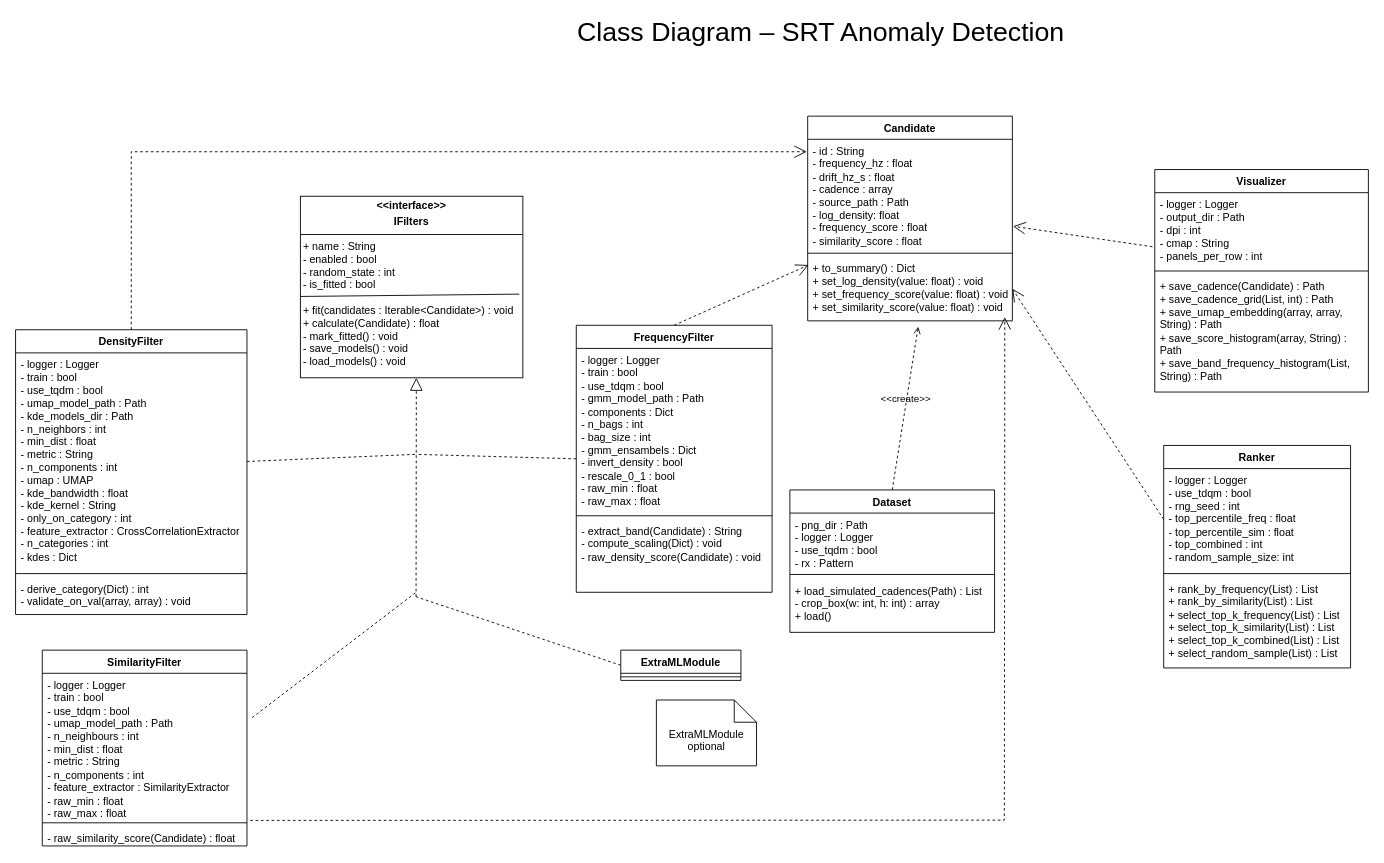
Earlier version of the draw.io diagram docs/uml/04_class/class_diagram.drawio (DavideDeplano/srt-anomaly-detection). Source tidied: cells renumbered, new cells numbered last; positions are measured from the earlier drawing's top-left corner, leaving out a move shared by most shapes. Both pictures are drawn from the tidied source at 89%, with x=0, y=0 at pixel (15, 18).
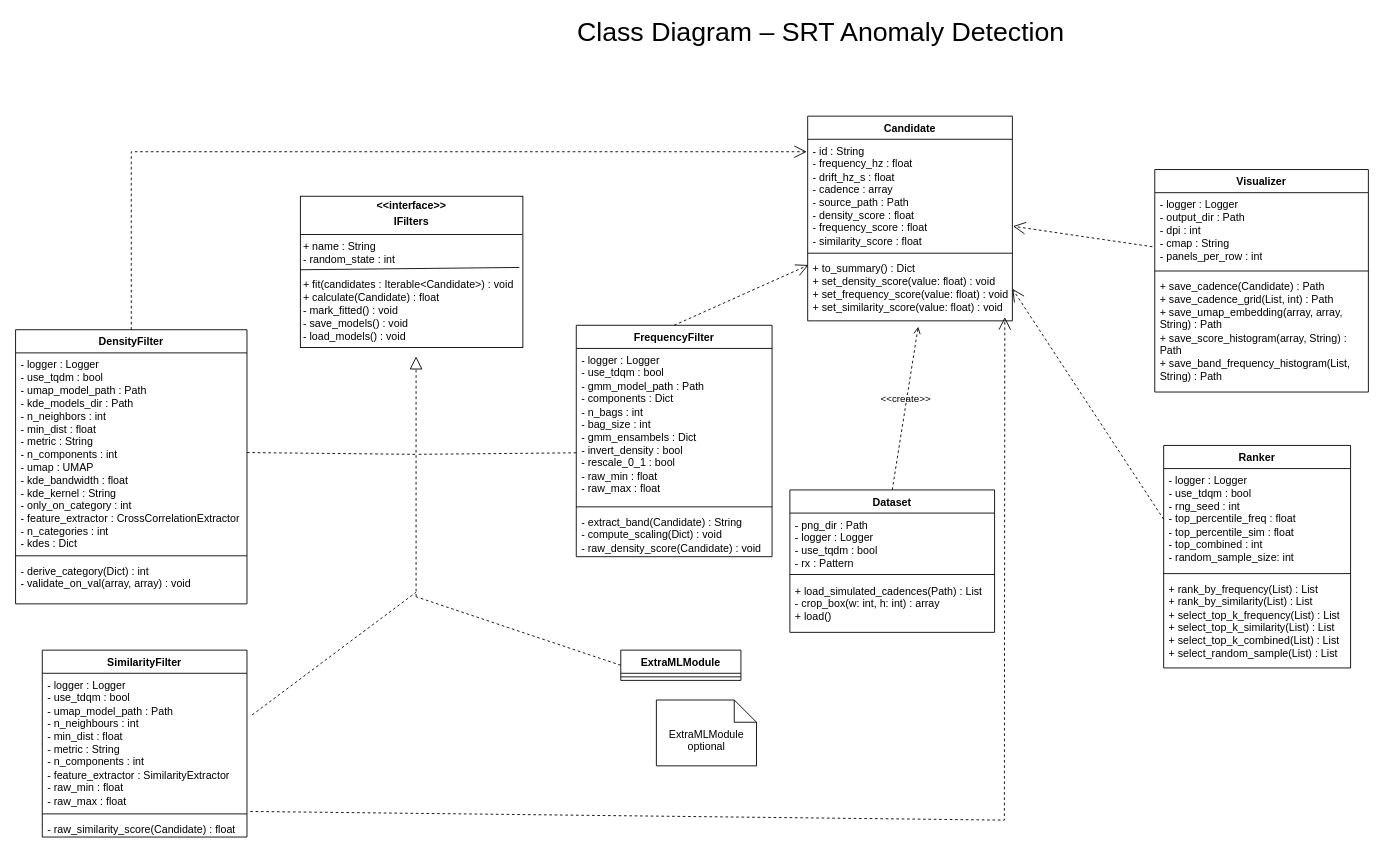
After the change.

Unchanged cells that the change refers to:
```xml
<mxCell id="19" value="Candidate" style="swimlane;fontStyle=1;align=center;verticalAlign=top;horizontal=1;startSize=26;whiteSpace=wrap;html=1;" parent="1" vertex="1">
  <mxGeometry x="890" y="110" width="230" height="230" as="geometry" />
</mxCell>
```

Diff of the diagram source:
```diff
@@
-    <mxCell id="13" value="&lt;p style=&quot;margin:0px;margin-top:4px;text-align:center;&quot;&gt;&lt;b&gt;&amp;lt;&amp;lt;interface&amp;gt;&amp;gt;&lt;/b&gt;&lt;/p&gt;&lt;p style=&quot;margin:0px;margin-top:4px;text-align:center;&quot;&gt;&lt;b&gt;IFilters&lt;/b&gt;&lt;/p&gt;&lt;hr size=&quot;1&quot; style=&quot;border-style:solid;&quot;&gt;&lt;div&gt;&amp;nbsp;+ name : String&amp;nbsp;&lt;/div&gt;&lt;div&gt;&amp;nbsp;- enabled : bool&lt;/div&gt;&lt;div&gt;&lt;span style=&quot;background-color: transparent; color: light-dark(rgb(0, 0, 0), rgb(255, 255, 255));&quot;&gt;&amp;nbsp;- random_state : int&lt;/span&gt;&lt;/div&gt;&lt;div&gt;&amp;nbsp;- is_fitted : bool&lt;span style=&quot;background-color: transparent; color: light-dark(rgb(0, 0, 0), rgb(255, 255, 255));&quot;&gt;&lt;/span&gt;&lt;/div&gt;&lt;div&gt;&lt;span style=&quot;background-color: transparent; color: light-dark(rgb(0, 0, 0), rgb(255, 255, 255));&quot;&gt;&lt;br&gt;&lt;/span&gt;&lt;/div&gt;&lt;div&gt;&lt;span style=&quot;background-color: transparent; color: light-dark(rgb(0, 0, 0), rgb(255, 255, 255));&quot;&gt;&amp;nbsp;+ fit(candidates : Iterable&amp;lt;Candidate&amp;gt;) : void&lt;/span&gt;&lt;/div&gt;&lt;div&gt;&lt;span style=&quot;background-color: transparent; color: light-dark(rgb(0, 0, 0), rgb(255, 255, 255));&quot;&gt;&amp;nbsp;+ calculate(Candidate) : float&lt;/span&gt;&lt;/div&gt;&lt;div&gt;&lt;span style=&quot;background-color: transparent; color: light-dark(rgb(0, 0, 0), rgb(255, 255, 255));&quot;&gt;&amp;nbsp;- mark_fitted() : void&lt;/span&gt;&lt;/div&gt;&lt;div&gt;&lt;div&gt;&amp;nbsp;- save_models() : void&lt;/div&gt;&lt;div&gt;&amp;nbsp;- load_models() : void&lt;/div&gt;&lt;/div&gt;&lt;div&gt;&lt;div style=&quot;height:2px;&quot;&gt;&lt;br&gt;&lt;/div&gt;&lt;/div&gt;" style="verticalAlign=top;align=left;overflow=fill;html=1;whiteSpace=wrap;" parent="1" vertex="1">
-      <mxGeometry x="320" y="200" width="250" height="204" as="geometry" />
+    <mxCell id="13" value="&lt;p style=&quot;margin:0px;margin-top:4px;text-align:center;&quot;&gt;&lt;b&gt;&amp;lt;&amp;lt;interface&amp;gt;&amp;gt;&lt;/b&gt;&lt;/p&gt;&lt;p style=&quot;margin:0px;margin-top:4px;text-align:center;&quot;&gt;&lt;b&gt;IFilters&lt;/b&gt;&lt;/p&gt;&lt;hr size=&quot;1&quot; style=&quot;border-style:solid;&quot;&gt;&lt;div&gt;&amp;nbsp;+ name : String&amp;nbsp;&lt;/div&gt;&lt;div&gt;&lt;span style=&quot;background-color: transparent; color: light-dark(rgb(0, 0, 0), rgb(255, 255, 255));&quot;&gt;&amp;nbsp;- random_state : int&lt;/span&gt;&lt;/div&gt;&lt;div&gt;&lt;span style=&quot;background-color: transparent; color: light-dark(rgb(0, 0, 0), rgb(255, 255, 255));&quot;&gt;&lt;br&gt;&lt;/span&gt;&lt;/div&gt;&lt;div&gt;&lt;span style=&quot;background-color: transparent; color: light-dark(rgb(0, 0, 0), rgb(255, 255, 255));&quot;&gt;&amp;nbsp;+ fit(candidates : Iterable&amp;lt;Candidate&amp;gt;) : void&lt;/span&gt;&lt;/div&gt;&lt;div&gt;&lt;span style=&quot;background-color: transparent; color: light-dark(rgb(0, 0, 0), rgb(255, 255, 255));&quot;&gt;&amp;nbsp;+ calculate(Candidate) : float&lt;/span&gt;&lt;/div&gt;&lt;div&gt;&lt;span style=&quot;background-color: transparent; color: light-dark(rgb(0, 0, 0), rgb(255, 255, 255));&quot;&gt;&amp;nbsp;- mark_fitted() : void&lt;/span&gt;&lt;/div&gt;&lt;div&gt;&lt;div&gt;&amp;nbsp;- save_models() : void&lt;/div&gt;&lt;div&gt;&amp;nbsp;- load_models() : void&lt;/div&gt;&lt;/div&gt;&lt;div&gt;&lt;div style=&quot;height:2px;&quot;&gt;&lt;br&gt;&lt;/div&gt;&lt;/div&gt;" style="verticalAlign=top;align=left;overflow=fill;html=1;whiteSpace=wrap;" parent="1" vertex="1">
+      <mxGeometry x="320" y="200" width="250" height="170" as="geometry" />
     </mxCell>
-    <mxCell id="14" style="endArrow=block;dashed=1;endFill=0;endSize=12;html=1;rounded=0;entryX=0.5;entryY=1;entryDx=0;entryDy=0;" parent="1" edge="1">
+    <mxCell id="14" style="endArrow=block;dashed=1;endFill=0;endSize=12;html=1;rounded=0;" parent="1" edge="1">
       <mxGeometry relative="1" as="geometry">
         <mxPoint x="450" y="650" as="sourcePoint" />
-        <mxPoint x="450.3" y="404" as="targetPoint" />
+        <mxPoint x="450" y="380" as="targetPoint" />
       </mxGeometry>
     </mxCell>
@@
-    <mxCell id="20" value="- id : String&lt;div&gt;- frequency_hz : float&lt;/div&gt;&lt;div&gt;- drift_hz_s : float&lt;/div&gt;&lt;div&gt;- cadence : array&lt;/div&gt;&lt;div&gt;- source_path : Path&lt;/div&gt;&lt;div&gt;- log_density: float&lt;/div&gt;&lt;div&gt;&lt;span style=&quot;background-color: transparent; color: light-dark(rgb(0, 0, 0), rgb(255, 255, 255));&quot;&gt;- frequency_score : float&lt;/span&gt;&lt;/div&gt;&lt;div&gt;- similarity_score : float&lt;/div&gt;" style="text;strokeColor=none;fillColor=none;align=left;verticalAlign=top;spacingLeft=4;spacingRight=4;overflow=hidden;points=[[0,0.5],[1,0.5]];portConstraint=eastwest;whiteSpace=wrap;html=1;" parent="19" vertex="1">
+    <mxCell id="20" value="- id : String&lt;div&gt;- frequency_hz : float&lt;/div&gt;&lt;div&gt;- drift_hz_s : float&lt;/div&gt;&lt;div&gt;- cadence : array&lt;/div&gt;&lt;div&gt;- source_path : Path&lt;/div&gt;&lt;div&gt;- density_score : float&lt;/div&gt;&lt;div&gt;&lt;span style=&quot;background-color: transparent; color: light-dark(rgb(0, 0, 0), rgb(255, 255, 255));&quot;&gt;- frequency_score : float&lt;/span&gt;&lt;/div&gt;&lt;div&gt;- similarity_score : float&lt;/div&gt;" style="text;strokeColor=none;fillColor=none;align=left;verticalAlign=top;spacingLeft=4;spacingRight=4;overflow=hidden;points=[[0,0.5],[1,0.5]];portConstraint=eastwest;whiteSpace=wrap;html=1;" parent="19" vertex="1">
       <mxGeometry y="26" width="230" height="124" as="geometry" />
     </mxCell>
@@
-    <mxCell id="22" value="+ to_summary() : Dict&lt;div&gt;+ set_log_density(value: float) : void&lt;br&gt;&lt;div&gt;+ set_frequency_score(value: float) : void&lt;/div&gt;&lt;div&gt;+ set_similarity_score(value: float) : void&lt;/div&gt;&lt;div&gt;&lt;br&gt;&lt;/div&gt;&lt;/div&gt;" style="text;strokeColor=none;fillColor=none;align=left;verticalAlign=top;spacingLeft=4;spacingRight=4;overflow=hidden;points=[[0,0.5],[1,0.5]];portConstraint=eastwest;whiteSpace=wrap;html=1;" parent="19" vertex="1">
+    <mxCell id="22" value="+ to_summary() : Dict&lt;div&gt;+ set_density_score(value: float) : void&lt;br&gt;&lt;div&gt;+ set_frequency_score(value: float) : void&lt;/div&gt;&lt;div&gt;+ set_similarity_score(value: float) : void&lt;/div&gt;&lt;div&gt;&lt;br&gt;&lt;/div&gt;&lt;/div&gt;" style="text;strokeColor=none;fillColor=none;align=left;verticalAlign=top;spacingLeft=4;spacingRight=4;overflow=hidden;points=[[0,0.5],[1,0.5]];portConstraint=eastwest;whiteSpace=wrap;html=1;" parent="19" vertex="1">
       <mxGeometry y="158" width="230" height="72" as="geometry" />
     </mxCell>
@@
     <mxCell id="26" style="endArrow=none;html=1;rounded=0;entryX=0.007;entryY=0.617;entryDx=0;entryDy=0;entryPerimeter=0;exitX=0.991;exitY=0.606;exitDx=0;exitDy=0;exitPerimeter=0;" parent="1" edge="1">
       <mxGeometry relative="1" as="geometry">
-        <mxPoint x="566" y="310" as="sourcePoint" />
-        <mxPoint x="320" y="312.6" as="targetPoint" />
+        <mxPoint x="566" y="280" as="sourcePoint" />
+        <mxPoint x="320" y="282.6" as="targetPoint" />
       </mxGeometry>
     </mxCell>
     <mxCell id="27" value="DensityFilter" style="swimlane;fontStyle=1;align=center;verticalAlign=top;horizontal=1;startSize=26;whiteSpace=wrap;html=1;" parent="1" vertex="1">
-      <mxGeometry y="350" width="260" height="320" as="geometry" />
+      <mxGeometry y="350" width="260" height="308" as="geometry" />
     </mxCell>
-    <mxCell id="28" value="&lt;div&gt;- logger : Logger&lt;/div&gt;&lt;div&gt;- train : bool&lt;/div&gt;&lt;div&gt;- use_tqdm : bool&lt;/div&gt;- umap_model_path : Path&lt;div&gt;- kde_models_dir : Path&lt;/div&gt;&lt;div&gt;- n_neighbors : int&lt;/div&gt;&lt;div&gt;- min_dist : float&lt;/div&gt;&lt;div&gt;- metric : String&lt;/div&gt;&lt;div&gt;- n_components : int&lt;/div&gt;&lt;div&gt;- umap : UMAP&lt;/div&gt;&lt;div&gt;- kde_bandwidth : float&lt;/div&gt;&lt;div&gt;- kde_kernel : String&lt;/div&gt;&lt;div&gt;&lt;span style=&quot;background-color: transparent; color: light-dark(rgb(0, 0, 0), rgb(255, 255, 255));&quot;&gt;- only_on_category : int&lt;/span&gt;&lt;/div&gt;&lt;div&gt;&lt;span style=&quot;background-color: transparent; color: light-dark(rgb(0, 0, 0), rgb(255, 255, 255));&quot;&gt;- feature_extractor : CrossCorrelationExtractor&lt;/span&gt;&lt;/div&gt;&lt;div&gt;&lt;span style=&quot;background-color: transparent; color: light-dark(rgb(0, 0, 0), rgb(255, 255, 255));&quot;&gt;- n_categories : int&lt;/span&gt;&lt;/div&gt;&lt;div&gt;&lt;span style=&quot;background-color: transparent; color: light-dark(rgb(0, 0, 0), rgb(255, 255, 255));&quot;&gt;- kdes : Dict&amp;nbsp;&lt;/span&gt;&lt;/div&gt;" style="text;strokeColor=none;fillColor=none;align=left;verticalAlign=top;spacingLeft=4;spacingRight=4;overflow=hidden;points=[[0,0.5],[1,0.5]];portConstraint=eastwest;whiteSpace=wrap;html=1;" parent="27" vertex="1">
-      <mxGeometry y="26" width="260" height="244" as="geometry" />
+    <mxCell id="28" value="&lt;div&gt;- logger : Logger&lt;/div&gt;&lt;div&gt;- use_tqdm : bool&lt;/div&gt;- umap_model_path : Path&lt;div&gt;- kde_models_dir : Path&lt;/div&gt;&lt;div&gt;- n_neighbors : int&lt;/div&gt;&lt;div&gt;- min_dist : float&lt;/div&gt;&lt;div&gt;- metric : String&lt;/div&gt;&lt;div&gt;- n_components : int&lt;/div&gt;&lt;div&gt;- umap : UMAP&lt;/div&gt;&lt;div&gt;- kde_bandwidth : float&lt;/div&gt;&lt;div&gt;- kde_kernel : String&lt;/div&gt;&lt;div&gt;&lt;span style=&quot;background-color: transparent; color: light-dark(rgb(0, 0, 0), rgb(255, 255, 255));&quot;&gt;- only_on_category : int&lt;/span&gt;&lt;/div&gt;&lt;div&gt;&lt;span style=&quot;background-color: transparent; color: light-dark(rgb(0, 0, 0), rgb(255, 255, 255));&quot;&gt;- feature_extractor : CrossCorrelationExtractor&lt;/span&gt;&lt;/div&gt;&lt;div&gt;&lt;span style=&quot;background-color: transparent; color: light-dark(rgb(0, 0, 0), rgb(255, 255, 255));&quot;&gt;- n_categories : int&lt;/span&gt;&lt;/div&gt;&lt;div&gt;&lt;span style=&quot;background-color: transparent; color: light-dark(rgb(0, 0, 0), rgb(255, 255, 255));&quot;&gt;- kdes : Dict&amp;nbsp;&lt;/span&gt;&lt;/div&gt;" style="text;strokeColor=none;fillColor=none;align=left;verticalAlign=top;spacingLeft=4;spacingRight=4;overflow=hidden;points=[[0,0.5],[1,0.5]];portConstraint=eastwest;whiteSpace=wrap;html=1;" parent="27" vertex="1">
+      <mxGeometry y="26" width="260" height="224" as="geometry" />
     </mxCell>
     <mxCell id="29" style="line;strokeWidth=1;fillColor=none;align=left;verticalAlign=middle;spacingTop=-1;spacingLeft=3;spacingRight=3;labelPosition=right;strokeColor=inherit;" parent="27" vertex="1">
-      <mxGeometry y="270" width="260" height="8" as="geometry" />
+      <mxGeometry y="250" width="260" height="8" as="geometry" />
     </mxCell>
     <mxCell id="30" value="&lt;div&gt;- derive_category(Dict) : int&lt;/div&gt;&lt;div&gt;- validate_on_val(array, array) : void&lt;/div&gt;&lt;div&gt;&lt;br&gt;&lt;/div&gt;" style="text;strokeColor=none;fillColor=none;align=left;verticalAlign=top;spacingLeft=4;spacingRight=4;overflow=hidden;whiteSpace=wrap;html=1;" parent="27" vertex="1">
-      <mxGeometry y="278" width="260" height="42" as="geometry" />
+      <mxGeometry y="258" width="260" height="50" as="geometry" />
     </mxCell>
     <mxCell id="31" value="SimilarityFilter" style="swimlane;fontStyle=1;align=center;verticalAlign=top;horizontal=1;startSize=26;whiteSpace=wrap;html=1;" parent="1" vertex="1">
-      <mxGeometry x="30" y="710" width="230" height="220" as="geometry" />
+      <mxGeometry x="30" y="710" width="230" height="210" as="geometry" />
     </mxCell>
-    <mxCell id="32" value="- logger : Logger&lt;div&gt;- train : bool&lt;/div&gt;&lt;div&gt;- use_tdqm : bool&lt;/div&gt;&lt;div&gt;- umap_model_path : Path&lt;/div&gt;&lt;div&gt;- n_neighbours : int&lt;/div&gt;&lt;div&gt;- min_dist : float&lt;/div&gt;&lt;div&gt;- metric : String&lt;/div&gt;&lt;div&gt;- n_components : int&lt;/div&gt;&lt;div&gt;- feature_extractor : SimilarityExtractor&lt;/div&gt;&lt;div&gt;- raw_min : float&lt;/div&gt;&lt;div&gt;- raw_max : float&lt;/div&gt;" style="text;strokeColor=none;fillColor=none;align=left;verticalAlign=top;spacingLeft=4;spacingRight=4;overflow=hidden;points=[[0,0.5],[1,0.5]];portConstraint=eastwest;whiteSpace=wrap;html=1;" parent="31" vertex="1">
-      <mxGeometry y="26" width="230" height="164" as="geometry" />
+    <mxCell id="32" value="- logger : Logger&lt;div&gt;- use_tdqm : bool&lt;/div&gt;&lt;div&gt;- umap_model_path : Path&lt;/div&gt;&lt;div&gt;- n_neighbours : int&lt;/div&gt;&lt;div&gt;- min_dist : float&lt;/div&gt;&lt;div&gt;- metric : String&lt;/div&gt;&lt;div&gt;- n_components : int&lt;/div&gt;&lt;div&gt;- feature_extractor : SimilarityExtractor&lt;/div&gt;&lt;div&gt;- raw_min : float&lt;/div&gt;&lt;div&gt;- raw_max : float&lt;/div&gt;" style="text;strokeColor=none;fillColor=none;align=left;verticalAlign=top;spacingLeft=4;spacingRight=4;overflow=hidden;points=[[0,0.5],[1,0.5]];portConstraint=eastwest;whiteSpace=wrap;html=1;" parent="31" vertex="1">
+      <mxGeometry y="26" width="230" height="154" as="geometry" />
     </mxCell>
     <mxCell id="33" style="line;strokeWidth=1;fillColor=none;align=left;verticalAlign=middle;spacingTop=-1;spacingLeft=3;spacingRight=3;labelPosition=right;strokeColor=inherit;" parent="31" vertex="1">
-      <mxGeometry y="190" width="230" height="8" as="geometry" />
+      <mxGeometry y="180" width="230" height="8" as="geometry" />
     </mxCell>
     <mxCell id="34" value="&lt;div&gt;- raw_similarity_score(Candidate) : float&lt;/div&gt;" style="text;strokeColor=none;fillColor=none;align=left;verticalAlign=top;spacingLeft=4;spacingRight=4;overflow=hidden;whiteSpace=wrap;html=1;" parent="31" vertex="1">
-      <mxGeometry y="198" width="230" height="22" as="geometry" />
+      <mxGeometry y="188" width="230" height="22" as="geometry" />
     </mxCell>
     <mxCell id="35" value="FrequencyFilter" style="swimlane;fontStyle=1;align=center;verticalAlign=top;horizontal=1;startSize=26;whiteSpace=wrap;html=1;" parent="1" vertex="1">
-      <mxGeometry x="630" y="345" width="220" height="300" as="geometry" />
+      <mxGeometry x="630" y="345" width="220" height="260" as="geometry" />
     </mxCell>
-    <mxCell id="36" value="- logger : Logger&lt;div&gt;- train : bool&lt;/div&gt;&lt;div&gt;- use_tdqm : bool&lt;/div&gt;&lt;div&gt;- gmm_model_path : Path&lt;/div&gt;&lt;div&gt;- components : Dict&lt;/div&gt;&lt;div&gt;- n_bags : int&lt;/div&gt;&lt;div&gt;- bag_size : int&lt;/div&gt;&lt;div&gt;- gmm_ensambels : Dict&lt;/div&gt;&lt;div&gt;- invert_density : bool&lt;/div&gt;&lt;div&gt;- rescale_0_1 : bool&lt;/div&gt;&lt;div&gt;- raw_min : float&lt;/div&gt;&lt;div&gt;- raw_max : float&lt;/div&gt;" style="text;strokeColor=none;fillColor=none;align=left;verticalAlign=top;spacingLeft=4;spacingRight=4;overflow=hidden;points=[[0,0.5],[1,0.5]];portConstraint=eastwest;whiteSpace=wrap;html=1;" parent="35" vertex="1">
-      <mxGeometry y="26" width="220" height="184" as="geometry" />
+    <mxCell id="36" value="- logger : Logger&lt;div&gt;&lt;span style=&quot;background-color: transparent; color: light-dark(rgb(0, 0, 0), rgb(255, 255, 255));&quot;&gt;- use_tdqm : bool&lt;/span&gt;&lt;/div&gt;&lt;div&gt;- gmm_model_path : Path&lt;/div&gt;&lt;div&gt;- components : Dict&lt;/div&gt;&lt;div&gt;- n_bags : int&lt;/div&gt;&lt;div&gt;- bag_size : int&lt;/div&gt;&lt;div&gt;- gmm_ensambels : Dict&lt;/div&gt;&lt;div&gt;- invert_density : bool&lt;/div&gt;&lt;div&gt;- rescale_0_1 : bool&lt;/div&gt;&lt;div&gt;- raw_min : float&lt;/div&gt;&lt;div&gt;- raw_max : float&lt;/div&gt;" style="text;strokeColor=none;fillColor=none;align=left;verticalAlign=top;spacingLeft=4;spacingRight=4;overflow=hidden;points=[[0,0.5],[1,0.5]];portConstraint=eastwest;whiteSpace=wrap;html=1;" parent="35" vertex="1">
+      <mxGeometry y="26" width="220" height="174" as="geometry" />
     </mxCell>
     <mxCell id="37" style="line;strokeWidth=1;fillColor=none;align=left;verticalAlign=middle;spacingTop=-1;spacingLeft=3;spacingRight=3;labelPosition=right;strokeColor=inherit;" parent="35" vertex="1">
-      <mxGeometry y="210" width="220" height="8" as="geometry" />
+      <mxGeometry y="200" width="220" height="8" as="geometry" />
     </mxCell>
     <mxCell id="38" value="- extract_band(Candidate) : String&lt;div&gt;- compute_scaling(Dict) : void&lt;/div&gt;&lt;div&gt;- raw_density_score(Candidate) : void&lt;/div&gt;" style="text;strokeColor=none;fillColor=none;align=left;verticalAlign=top;spacingLeft=4;spacingRight=4;overflow=hidden;whiteSpace=wrap;html=1;" parent="35" vertex="1">
-      <mxGeometry y="218" width="220" height="82" as="geometry" />
+      <mxGeometry y="208" width="220" height="52" as="geometry" />
     </mxCell>
```
